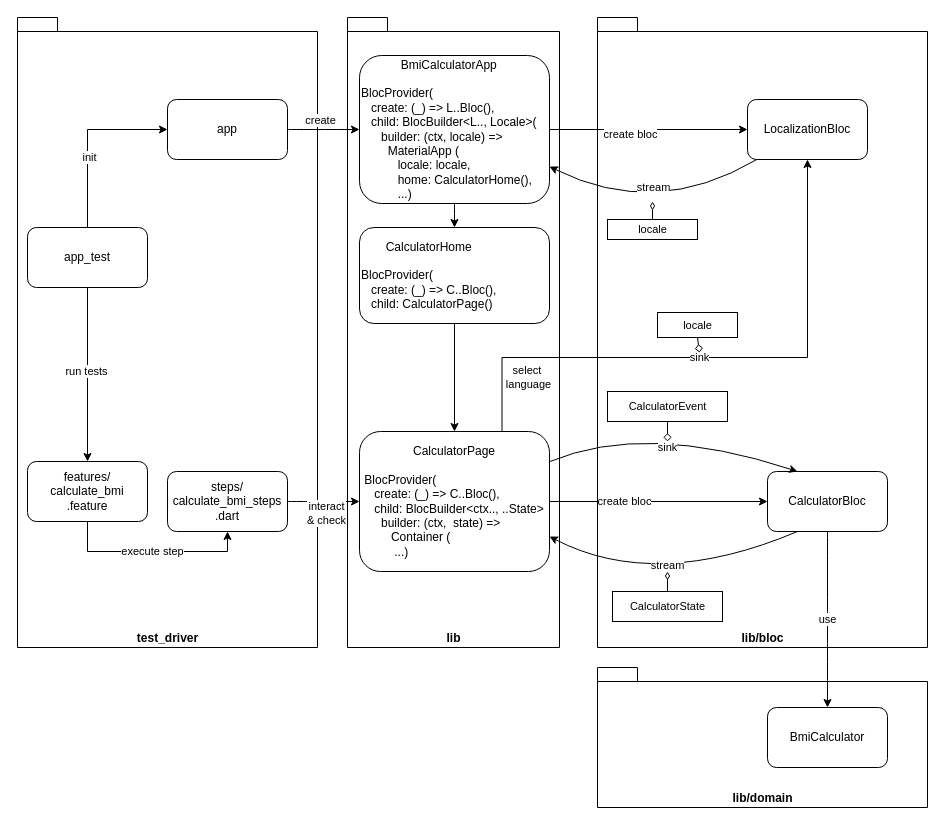
nikkijuk/bmi-calculator-app keeps this draw.io diagram as diagrams/calculator-app-gherkin-test.drawio. Above is the earlier version. Source tidied: cells renumbered, new cells numbered last; positions are measured from the earlier drawing's top-left corner, leaving out a move shared by most shapes. Both pictures are drawn from the tidied source at 100%, with x=0, y=0 at pixel (17, 17).
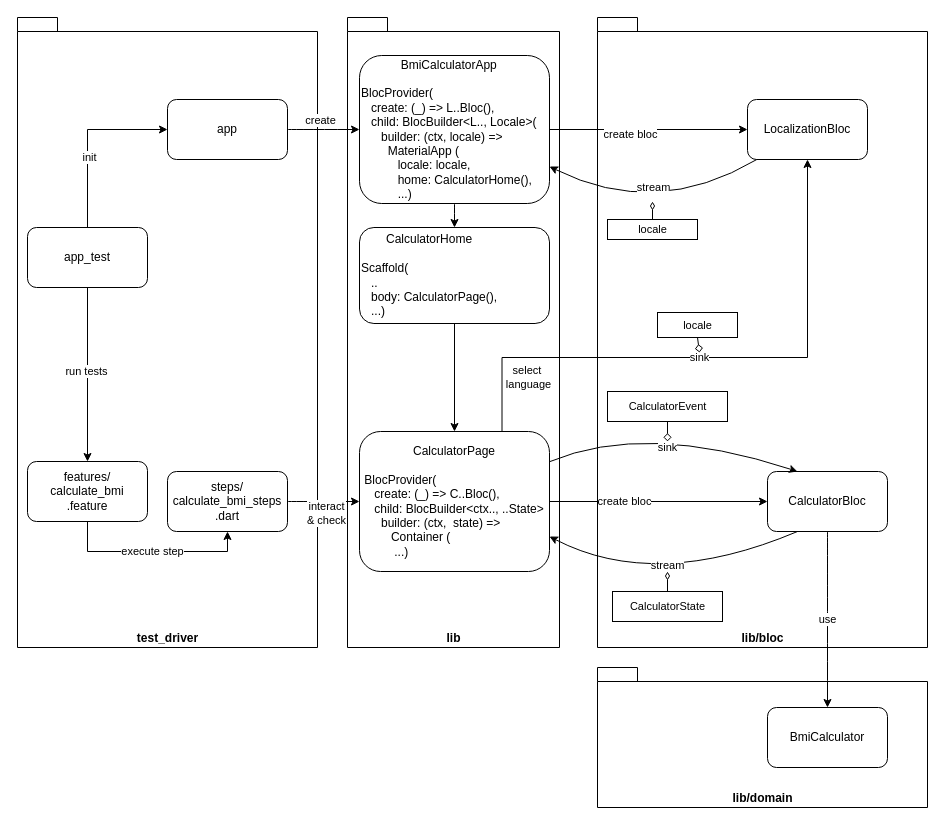
The same page after the edit.

Commit message (it also covers changes not shown here):
updated bdd test diagrams

The edit, as a diff of the source:
```diff
@@
-    <mxCell id="46" value="&lt;div style=&quot;text-align: center&quot;&gt;CalculatorHome&lt;/div&gt;&lt;div&gt;&lt;br&gt;BlocProvider(&lt;/div&gt;&lt;div&gt;&amp;nbsp; &amp;nbsp;create: (_) =&amp;gt; C..Bloc(),&lt;br&gt;&amp;nbsp; &amp;nbsp;child: CalculatorPage()&lt;br&gt;&lt;/div&gt;" style="rounded=1;whiteSpace=wrap;html=1;align=left;" parent="1" vertex="1">
+    <mxCell id="46" value="&lt;div style=&quot;text-align: center&quot;&gt;CalculatorHome&lt;/div&gt;&lt;div&gt;&lt;br&gt;Scaffold(&lt;/div&gt;&lt;div&gt;&amp;nbsp; &amp;nbsp;..&lt;/div&gt;&lt;div&gt;&amp;nbsp; &amp;nbsp;body: CalculatorPage(),&lt;br&gt;&lt;/div&gt;&lt;div&gt;&amp;nbsp; &amp;nbsp;...)&lt;/div&gt;" style="rounded=1;whiteSpace=wrap;html=1;align=left;" parent="1" vertex="1">
       <mxGeometry x="342" y="210" width="190" height="96" as="geometry" />
     </mxCell>
```
